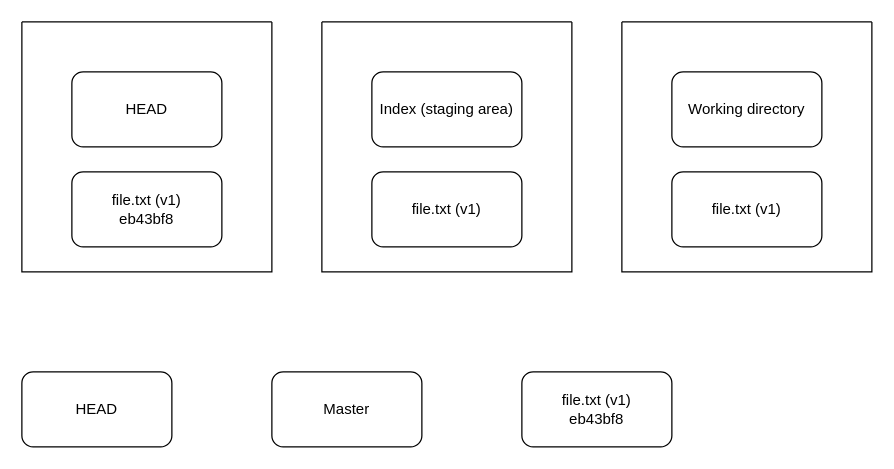
riehseun/riehseun.github.io keeps this draw.io diagram as img/git/git4.drawio. Above is the earlier version. Source tidied: cells renumbered, new cells numbered last; positions are measured from the earlier drawing's top-left corner, leaving out a move shared by most shapes. Both pictures are drawn from the tidied source at 125%, with x=0, y=0 at pixel (21, 21).
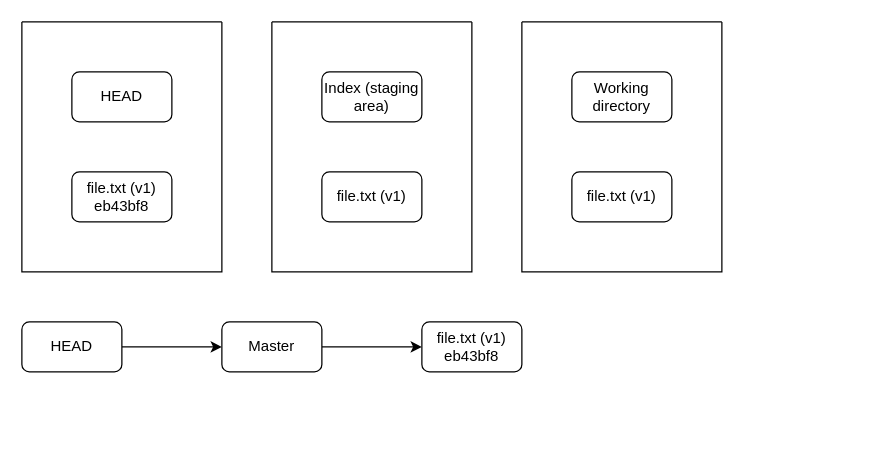
After the change.

The edit, as a diff of the source:
```diff
@@
 <mxGraphModel>
   <root>
     <mxCell id="0" />
     <mxCell id="1" parent="0" />
     <mxCell id="2" value="HEAD" style="rounded=1;whiteSpace=wrap;html=1;" parent="1" vertex="1">
-      <mxGeometry x="40" y="40" width="120" height="60" as="geometry" />
+      <mxGeometry x="40" y="40" width="80" height="40" as="geometry" />
     </mxCell>
     <mxCell id="3" style="swimlane;startSize=0;" parent="1" vertex="1">
-      <mxGeometry width="200" height="200" as="geometry" />
+      <mxGeometry width="160" height="200" as="geometry" />
     </mxCell>
     <mxCell id="4" value="file.txt (v1)&lt;div&gt;eb43bf8&lt;/div&gt;" style="rounded=1;whiteSpace=wrap;html=1;" parent="3" vertex="1">
-      <mxGeometry x="40" y="120" width="120" height="60" as="geometry" />
+      <mxGeometry x="40" y="120" width="80" height="40" as="geometry" />
     </mxCell>
     <mxCell id="5" style="swimlane;startSize=0;" parent="1" vertex="1">
-      <mxGeometry x="240" width="200" height="200" as="geometry" />
+      <mxGeometry x="200" width="160" height="200" as="geometry" />
     </mxCell>
     <mxCell id="6" value="Index (staging area)" style="rounded=1;whiteSpace=wrap;html=1;" parent="5" vertex="1">
-      <mxGeometry x="40" y="40" width="120" height="60" as="geometry" />
+      <mxGeometry x="40" y="40" width="80" height="40" as="geometry" />
     </mxCell>
     <mxCell id="7" value="file.txt (v1)" style="rounded=1;whiteSpace=wrap;html=1;" parent="5" vertex="1">
-      <mxGeometry x="40" y="120" width="120" height="60" as="geometry" />
+      <mxGeometry x="40" y="120" width="80" height="40" as="geometry" />
     </mxCell>
     <mxCell id="8" style="swimlane;startSize=0;" parent="1" vertex="1">
-      <mxGeometry x="480" width="200" height="200" as="geometry" />
+      <mxGeometry x="400" width="160" height="200" as="geometry" />
     </mxCell>
     <mxCell id="9" value="Working directory" style="rounded=1;whiteSpace=wrap;html=1;" parent="8" vertex="1">
-      <mxGeometry x="40" y="40" width="120" height="60" as="geometry" />
+      <mxGeometry x="40" y="40" width="80" height="40" as="geometry" />
     </mxCell>
     <mxCell id="10" value="file.txt (v1)" style="rounded=1;whiteSpace=wrap;html=1;" parent="8" vertex="1">
-      <mxGeometry x="40" y="120" width="120" height="60" as="geometry" />
+      <mxGeometry x="40" y="120" width="80" height="40" as="geometry" />
     </mxCell>
+    <mxCell id="14" style="edgeStyle=orthogonalEdgeStyle;rounded=0;jettySize=auto;html=1;exitX=1;exitY=0.5;exitDx=0;exitDy=0;" parent="1" edge="1" source="11" target="12">
+      <mxGeometry relative="1" as="geometry" />
+    </mxCell>
     <mxCell id="11" value="HEAD" style="rounded=1;whiteSpace=wrap;html=1;" parent="1" vertex="1">
-      <mxGeometry y="280" width="120" height="60" as="geometry" />
+      <mxGeometry y="240" width="80" height="40" as="geometry" />
     </mxCell>
+    <mxCell id="15" style="edgeStyle=orthogonalEdgeStyle;rounded=0;jettySize=auto;html=1;exitX=1;exitY=0.5;exitDx=0;exitDy=0;entryX=0;entryY=0.5;entryDx=0;entryDy=0;" parent="1" edge="1" source="12" target="13">
+      <mxGeometry relative="1" as="geometry" />
+    </mxCell>
     <mxCell id="12" value="Master" style="rounded=1;whiteSpace=wrap;html=1;" parent="1" vertex="1">
-      <mxGeometry x="200" y="280" width="120" height="60" as="geometry" />
+      <mxGeometry x="160" y="240" width="80" height="40" as="geometry" />
     </mxCell>
     <mxCell id="13" value="file.txt (v1)&lt;div&gt;eb43bf8&lt;/div&gt;" style="rounded=1;whiteSpace=wrap;html=1;" parent="1" vertex="1">
-      <mxGeometry x="400" y="280" width="120" height="60" as="geometry" />
+      <mxGeometry x="320" y="240" width="80" height="40" as="geometry" />
     </mxCell>
   </root>
 </mxGraphModel>
```
